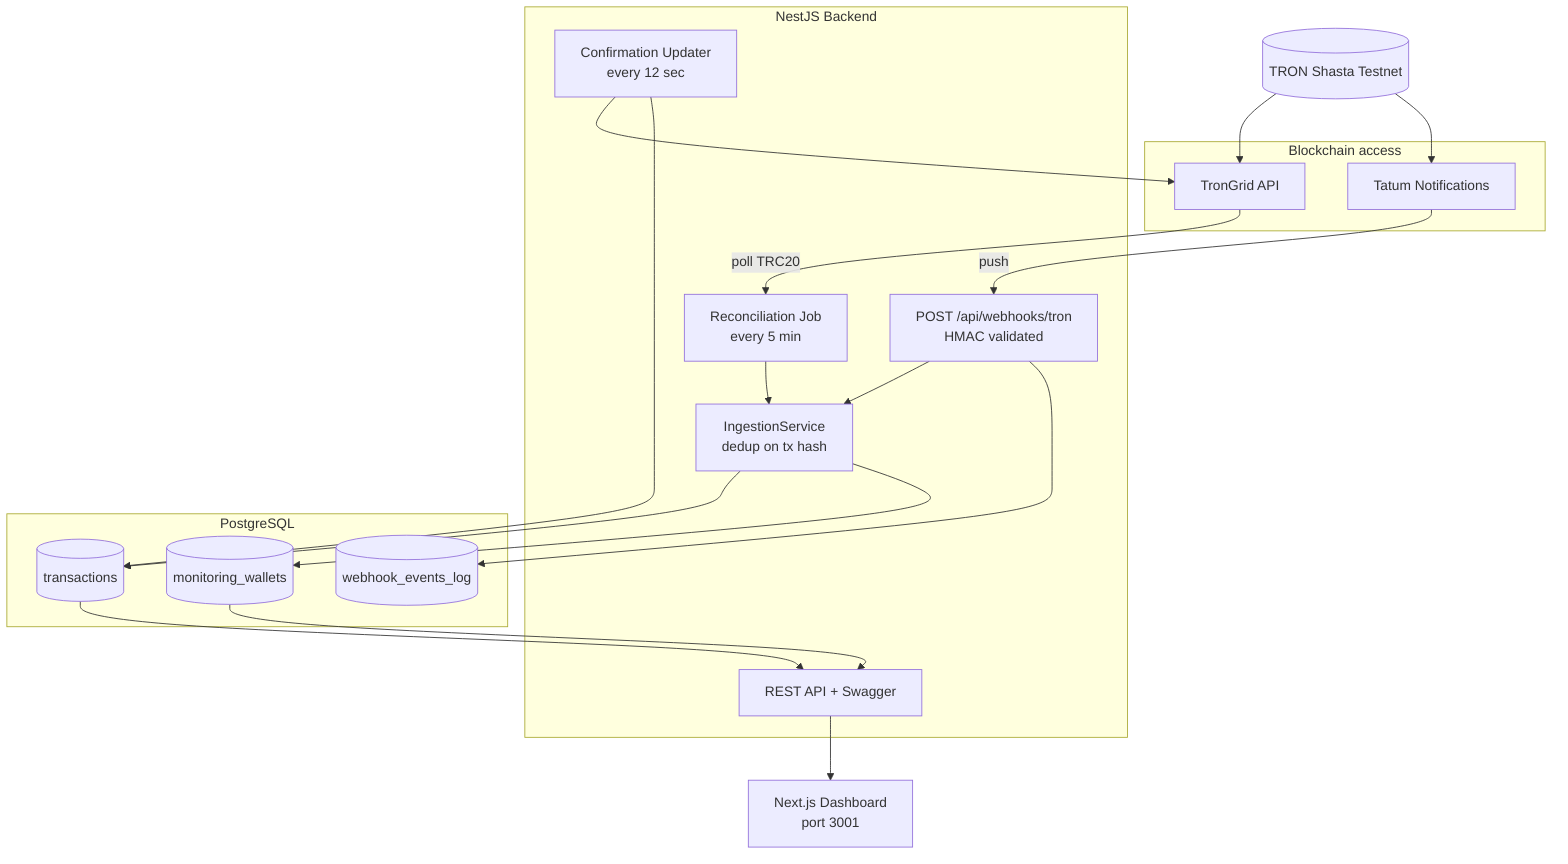
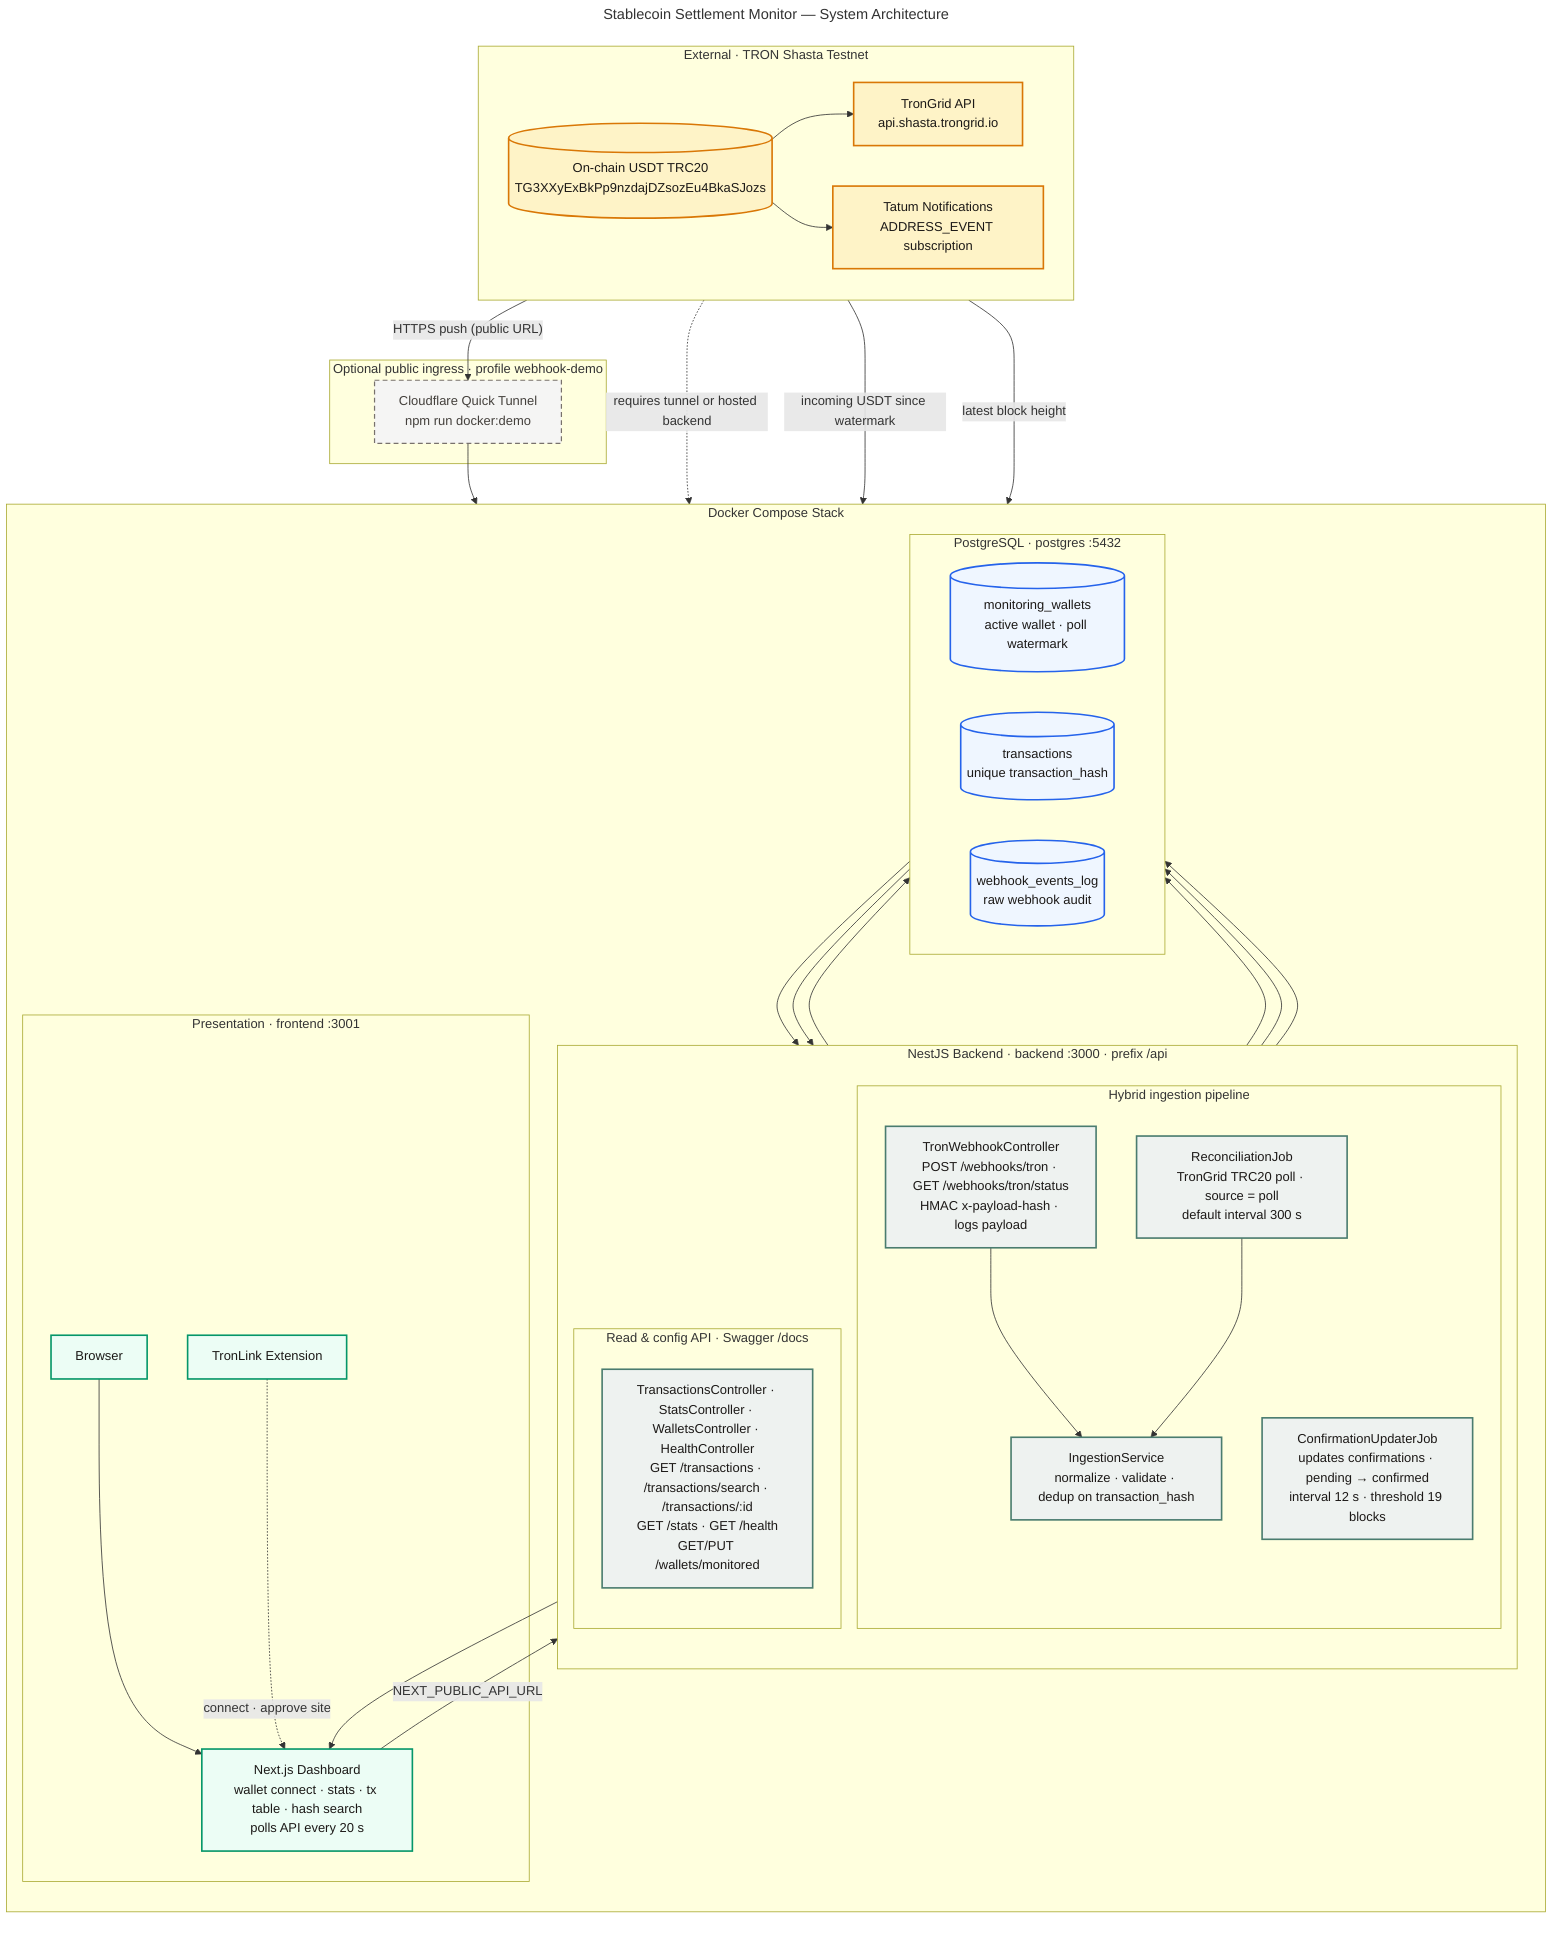
+ ---
+ title: Stablecoin Settlement Monitor — System Architecture
+ ---
flowchart TB
-     TRON[("TRON Shasta Testnet")]
- 
-     subgraph Providers["Blockchain access"]
-         TRONGRID["TronGrid API"]
-         TATUM["Tatum Notifications"]
+     %% Assessor note: polling always works in Docker; webhooks need a public URL (see npm run docker:demo).
+     %% ── External blockchain & providers ──────────────────────────────
+     subgraph EXT["External · TRON Shasta Testnet"]
+         direction LR
+         CHAIN[("On-chain USDT TRC20<br/>TG3XXyExBkPp9nzdajDZsozEu4BkaSJozs")]
+         TRONGRID["TronGrid API<br/>api.shasta.trongrid.io"]
+         TATUM["Tatum Notifications<br/>ADDRESS_EVENT subscription"]
    end

-     subgraph Backend["NestJS Backend"]
-         WH["POST /api/webhooks/tron<br/>HMAC validated"]
-         RECON["Reconciliation Job<br/>every 5 min"]
-         CONF["Confirmation Updater<br/>every 12 sec"]
-         ING["IngestionService<br/>dedup on tx hash"]
-         REST["REST API + Swagger"]
+     subgraph TUNNEL["Optional public ingress · profile webhook-demo"]
+         CF["Cloudflare Quick Tunnel<br/>npm run docker:demo"]
    end

-     subgraph Storage["PostgreSQL"]
-         MW[("monitoring_wallets")]
-         TX[("transactions")]
-         LOG[("webhook_events_log")]
+     %% ── Docker Compose ───────────────────────────────────────────────
+     subgraph DOCKER["Docker Compose Stack"]
+         direction TB
+ 
+         subgraph UI["Presentation · frontend :3001"]
+             BROWSER["Browser"]
+             TRONLINK["TronLink Extension"]
+             DASH["Next.js Dashboard<br/>wallet connect · stats · tx table · hash search<br/>polls API every 20 s"]
+         end
+ 
+         subgraph API["NestJS Backend · backend :3000 · prefix /api"]
+             direction TB
+ 
+             subgraph INGEST["Hybrid ingestion pipeline"]
+                 WH["TronWebhookController<br/>POST /webhooks/tron · GET /webhooks/tron/status<br/>HMAC x-payload-hash · logs payload"]
+                 RECON["ReconciliationJob<br/>TronGrid TRC20 poll · source = poll<br/>default interval 300 s"]
+                 CONF["ConfirmationUpdaterJob<br/>updates confirmations · pending → confirmed<br/>interval 12 s · threshold 19 blocks"]
+                 ING["IngestionService<br/>normalize · validate · dedup on transaction_hash"]
+             end
+ 
+             subgraph REST["Read & config API · Swagger /docs"]
+                 READ["TransactionsController · StatsController · WalletsController · HealthController<br/>GET /transactions · /transactions/search · /transactions/:id<br/>GET /stats · GET /health<br/>GET/PUT /wallets/monitored"]
+             end
+         end
+ 
+         subgraph DB["PostgreSQL · postgres :5432"]
+             direction LR
+             MW[("monitoring_wallets<br/>active wallet · poll watermark")]
+             TX[("transactions<br/>unique transaction_hash")]
+             LOG[("webhook_events_log<br/>raw webhook audit")]
+         end
    end

-     DASH["Next.js Dashboard<br/>port 3001"]
+     %% ── Chain to providers ───────────────────────────────────────────
+     CHAIN --> TRONGRID
+     CHAIN --> TATUM

-     TRON --> TRONGRID
-     TRON --> TATUM
-     TATUM -->|push| WH
-     TRONGRID -->|poll TRC20| RECON
+     %% ── Webhook fast path ────────────────────────────────────────────
+     TATUM -->|"HTTPS push (public URL)"| CF
+     CF --> WH
+     TATUM -.->|"requires tunnel or hosted backend"| WH
    WH --> ING
+     WH --> LOG
+ 
+     %% ── Polling safety net ───────────────────────────────────────────
+     TRONGRID -->|"incoming USDT since watermark"| RECON
    RECON --> ING
-     WH --> LOG
+ 
+     %% ── Confirmation tracking ──────────────────────────────────────
+     TRONGRID -->|"latest block height"| CONF
+     CONF --> TX
+ 
+     %% ── Persistence ────────────────────────────────────────────────
    ING --> TX
    ING --> MW
-     CONF --> TRONGRID
-     CONF --> TX
-     TX --> REST
-     MW --> REST
-     REST --> DASH
+ 
+     %% ── Read path ────────────────────────────────────────────────────
+     MW --> READ
+     TX --> READ
+     READ --> DASH
+ 
+     %% ── User ─────────────────────────────────────────────────────────
+     BROWSER --> DASH
+     TRONLINK -.->|"connect · approve site"| DASH
+     DASH -->|"NEXT_PUBLIC_API_URL"| READ
+ 
+     %% ── Styling ──────────────────────────────────────────────────────
+     classDef external fill:#fef3c7,stroke:#d97706,color:#1c1917,stroke-width:2px
+     classDef optional fill:#f5f5f4,stroke:#78716c,color:#44403c,stroke-width:1.5px,stroke-dasharray:6 4
+     classDef ui fill:#ecfdf5,stroke:#059669,color:#1c1917,stroke-width:2px
+     classDef backend fill:#eef2f0,stroke:#4a7c6f,color:#1c1917,stroke-width:2px
+     classDef storage fill:#eff6ff,stroke:#2563eb,color:#1c1917,stroke-width:2px
+ 
+     class CHAIN,TRONGRID,TATUM external
+     class CF optional
+     class BROWSER,TRONLINK,DASH ui
+     class WH,RECON,CONF,ING,READ backend
+     class MW,TX,LOG storage
